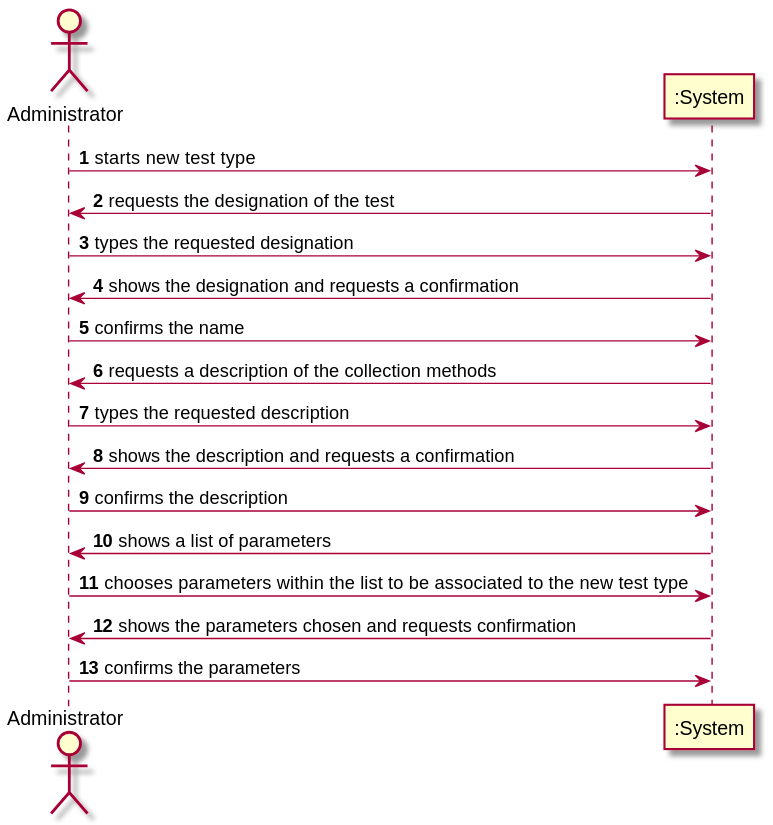
This is docs/SprintB/US9/US9_SSD.svg from MadDinosaur/ISEP-LAPR2, a PlantUML export, as it was before one commit.
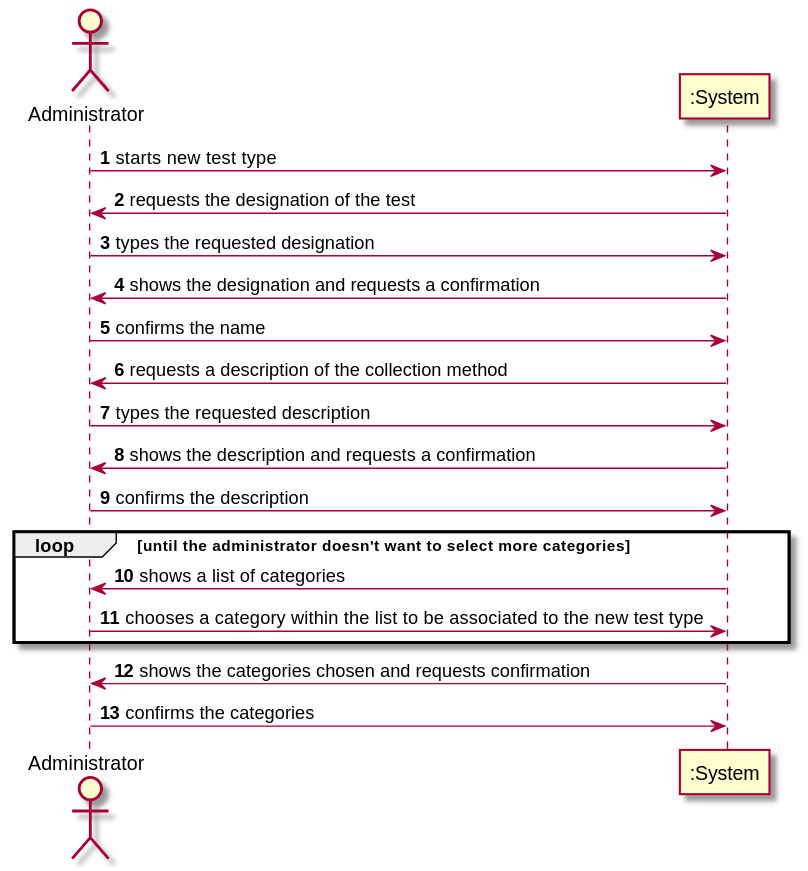
Later version of the same file.

Diff of the diagram source:
```diff
@@ -9,13 +9,15 @@
 Administrator -> ":System": types the requested designation
 ":System" -> Administrator: shows the designation and requests a confirmation
 Administrator -> ":System": confirms the name
-":System" -> Administrator: requests a description of the collection methods
+":System" -> Administrator: requests a description of the collection method
 Administrator -> ":System": types the requested description
 ":System" -> Administrator: shows the description and requests a confirmation
 Administrator -> ":System": confirms the description
-":System" -> Administrator: shows a list of parameters
-Administrator -> ":System": chooses parameters within the list to be associated to the new test type
-":System" -> Administrator: shows the parameters chosen and requests confirmation
-Administrator -> ":System": confirms the parameters
+loop until the administrator doesn't want to select more categories
+":System" -> Administrator: shows a list of categories
+Administrator -> ":System": chooses a category within the list to be associated to the new test type
+end loop
+":System" -> Administrator: shows the categories chosen and requests confirmation
+Administrator -> ":System": confirms the categories
 
 @enduml
```
